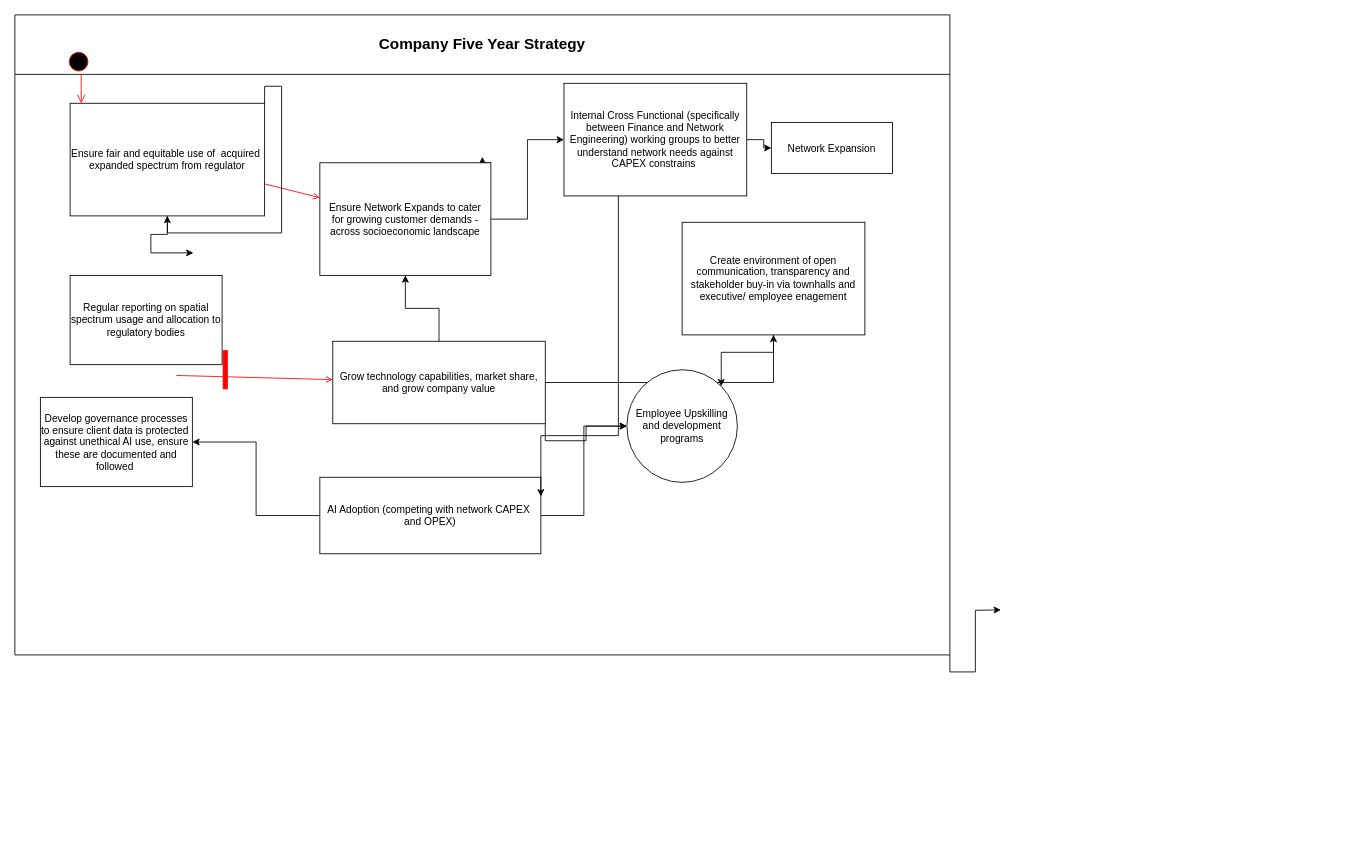
Earlier version of the draw.io diagram latest_ssm_conceptual_model.drawio (pamelafful/Prescriptive-Analytics). Source tidied: cells renumbered, new cells numbered last; positions are measured from the earlier drawing's top-left corner, leaving out a move shared by most shapes. Both pictures are drawn from the tidied source at 85%, with x=0, y=0 at pixel (14, 14).
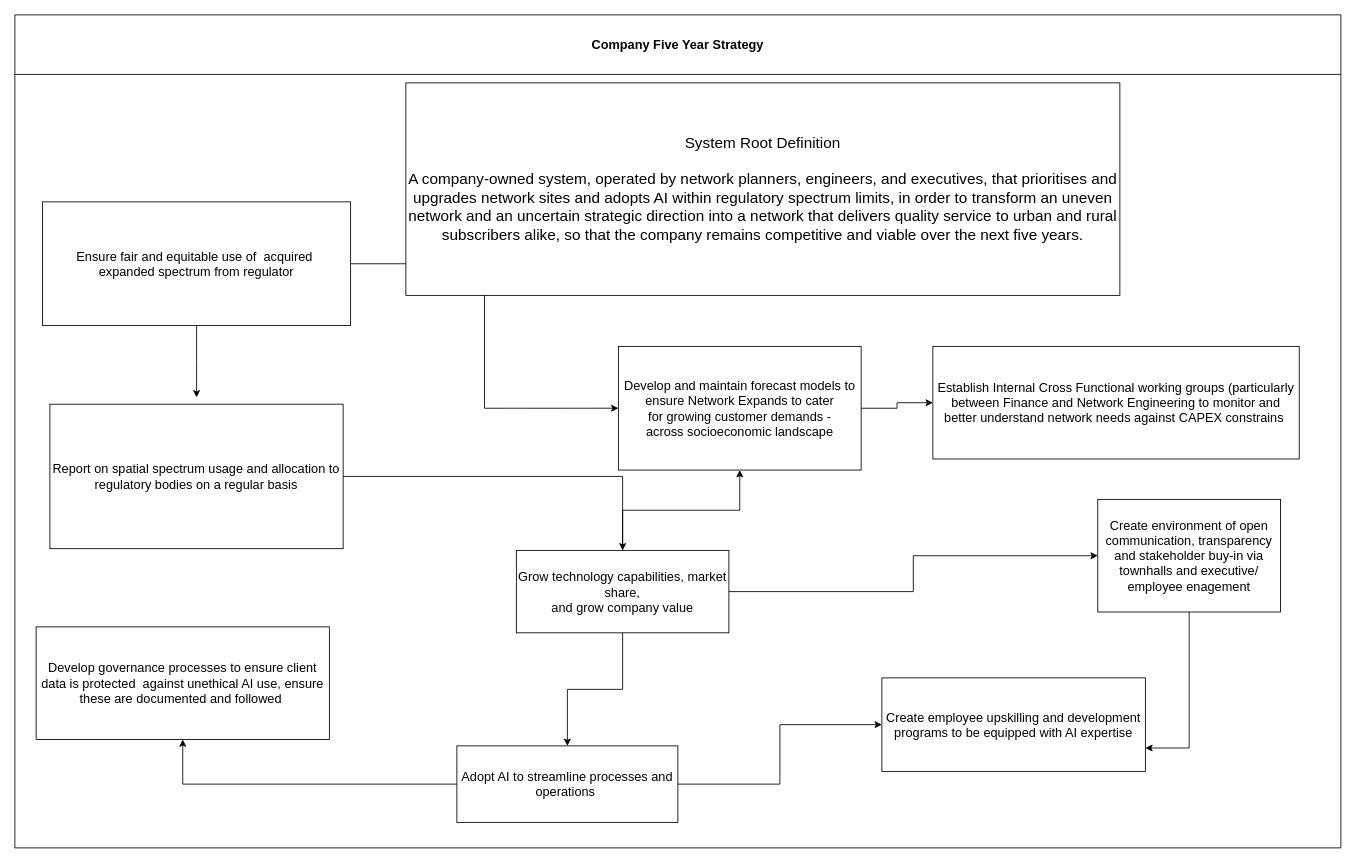
Above is the later version.

Commit message:
made it look prettier

What changed in the source:
```diff
@@
-    <mxCell id="2" style="edgeStyle=orthogonalEdgeStyle;rounded=0;jettySize=auto;html=1;exitX=1;exitY=1;exitDx=0;exitDy=0;defaultLabelBackgroundColor=page;" parent="1" edge="1" source="3">
-      <mxGeometry relative="1" as="geometry">
-        <mxPoint x="1160" y="700" as="targetPoint" />
-      </mxGeometry>
-    </mxCell>
-    <mxCell id="3" value="Company Five Year Strategy" style="swimlane;whiteSpace=wrap;startSize=70;fontSize=18;" parent="1" vertex="1">
-      <mxGeometry width="1100" height="753" as="geometry" />
+    <mxCell id="3" value="Company Five Year Strategy" style="swimlane;whiteSpace=wrap;startSize=70;fontSize=15;" parent="1" vertex="1">
+      <mxGeometry width="1560" height="980" as="geometry" />
     </mxCell>
-    <mxCell id="4" style="ellipse;shape=startState;fillColor=#000000;strokeColor=#ff0000;" parent="3" vertex="1">
-      <mxGeometry x="60" y="40" width="30" height="30" as="geometry" />
-    </mxCell>
-    <mxCell id="5" style="edgeStyle=elbowEdgeStyle;elbow=horizontal;verticalAlign=bottom;endArrow=open;endSize=8;strokeColor=#FF0000;endFill=1;rounded=0;" parent="3" edge="1" source="4" target="7">
-      <mxGeometry x="40" y="20" as="geometry" />
-    </mxCell>
-    <mxCell id="6" style="edgeStyle=orthogonalEdgeStyle;rounded=0;jettySize=auto;html=1;defaultLabelBackgroundColor=page;" parent="3" edge="1" source="7">
-      <mxGeometry relative="1" as="geometry">
-        <mxPoint x="210" y="280" as="targetPoint" />
-        <Array as="points">
-          <mxPoint x="179.4" y="258.3" />
-          <mxPoint x="160" y="258.3" />
-          <mxPoint x="160" y="280" />
-        </Array>
-      </mxGeometry>
-    </mxCell>
+    <mxCell id="11" style="edgeStyle=orthogonalEdgeStyle;rounded=0;jettySize=auto;html=1;entryX=0;entryY=0.5;entryDx=0;entryDy=0;defaultLabelBackgroundColor=page;" parent="3" edge="1" source="7" target="10">
+      <mxGeometry relative="1" as="geometry" />
+    </mxCell>
+    <mxCell id="31" style="edgeStyle=orthogonalEdgeStyle;rounded=0;jettySize=auto;html=1;defaultLabelBackgroundColor=page;" parent="3" edge="1" source="7">
+      <mxGeometry relative="1" as="geometry">
+        <mxPoint x="213.8" y="450" as="targetPoint" />
+      </mxGeometry>
+    </mxCell>
-    <mxCell id="7" value="Ensure fair and equitable use of  acquired &#10;expanded spectrum from regulator" parent="3" vertex="1">
-      <mxGeometry x="65" y="104" width="228.8" height="132.5" as="geometry" />
+    <mxCell id="7" value="Ensure fair and equitable use of  acquired &#10;expanded spectrum from regulator" style="fontSize=15;" parent="3" vertex="1">
+      <mxGeometry x="32.5" y="220" width="362.5" height="145.5" as="geometry" />
     </mxCell>
-    <mxCell id="8" style="edgeStyle=orthogonalEdgeStyle;rounded=0;jettySize=auto;html=1;exitX=1;exitY=0;exitDx=0;exitDy=0;defaultLabelBackgroundColor=page;" parent="3" edge="1" source="10">
-      <mxGeometry relative="1" as="geometry">
-        <mxPoint x="550" y="167" as="targetPoint" />
-      </mxGeometry>
-    </mxCell>
@@
-    <mxCell id="10" value="Ensure Network Expands to cater &#10;for growing customer demands -&#10;across socioeconomic landscape" parent="3" vertex="1">
-      <mxGeometry x="358.8" y="174" width="201.2" height="132.5" as="geometry" />
+    <mxCell id="10" value="Develop and maintain forecast models to ensure Network Expands to cater &#10;for growing customer demands -&#10;across socioeconomic landscape" style="fontSize=15;whiteSpace=wrap;" parent="3" vertex="1">
+      <mxGeometry x="710" y="390" width="285.6" height="145.5" as="geometry" />
     </mxCell>
-    <mxCell id="11" style="endArrow=open;strokeColor=#FF0000;endFill=1;rounded=0;" parent="3" edge="1" source="7" target="10">
-      <mxGeometry relative="1" as="geometry" />
-    </mxCell>
-    <mxCell id="12" style="edgeStyle=orthogonalEdgeStyle;rounded=0;jettySize=auto;html=1;exitX=1;exitY=1;exitDx=0;exitDy=0;defaultLabelBackgroundColor=page;" parent="3" edge="1" source="15" target="20">
-      <mxGeometry relative="1" as="geometry" />
-    </mxCell>
@@
+    <mxCell id="32" style="edgeStyle=orthogonalEdgeStyle;rounded=0;jettySize=auto;html=1;entryX=0.5;entryY=0;entryDx=0;entryDy=0;defaultLabelBackgroundColor=page;" parent="3" edge="1" source="15" target="19">
+      <mxGeometry relative="1" as="geometry" />
+    </mxCell>
-    <mxCell id="15" value="Grow technology capabilities, market share,&#10;and grow company value" parent="3" vertex="1">
-      <mxGeometry x="374" y="384" width="250" height="97" as="geometry" />
+    <mxCell id="15" value="Grow technology capabilities, market share,&#10;and grow company value" style="fontSize=15;whiteSpace=wrap;" parent="3" vertex="1">
+      <mxGeometry x="590" y="630" width="250" height="97" as="geometry" />
     </mxCell>
-    <mxCell id="16" style="whiteSpace=wrap;strokeColor=#FF0000;fillColor=#FF0000;" parent="3" vertex="1">
-      <mxGeometry x="245" y="395" width="5" height="45" as="geometry" />
-    </mxCell>
-    <mxCell id="17" style="edgeStyle=orthogonalEdgeStyle;rounded=0;jettySize=auto;html=1;defaultLabelBackgroundColor=page;" parent="3" edge="1" source="19" target="20">
-      <mxGeometry relative="1" as="geometry" />
+    <mxCell id="17" style="edgeStyle=orthogonalEdgeStyle;rounded=0;jettySize=auto;html=1;defaultLabelBackgroundColor=page;entryX=0;entryY=0.5;entryDx=0;entryDy=0;" parent="3" edge="1" source="19" target="36">
+      <mxGeometry x="-0.36" relative="1" as="geometry" />
     </mxCell>
@@
-    <mxCell id="19" value="AI Adoption (competing with network CAPEX &#10;and OPEX)" parent="3" vertex="1">
-      <mxGeometry x="358.8" y="544" width="260" height="90" as="geometry" />
+    <mxCell id="19" value="Adopt AI to streamline processes and operations " style="fontSize=15;whiteSpace=wrap;" parent="3" vertex="1">
+      <mxGeometry x="520" y="860" width="260" height="90" as="geometry" />
     </mxCell>
-    <mxCell id="20" value="Employee Upskilling and development programs" style="ellipse;whiteSpace=wrap;html=1;shapeInside=1;" parent="3" vertex="1">
-      <mxGeometry x="720" y="417.5" width="130" height="132.5" as="geometry" />
-    </mxCell>
-    <mxCell id="21" style="edgeStyle=orthogonalEdgeStyle;rounded=0;jettySize=auto;html=1;entryX=1;entryY=0.25;entryDx=0;entryDy=0;defaultLabelBackgroundColor=page;" parent="3" edge="1" source="23" target="19">
-      <mxGeometry relative="1" as="geometry">
-        <Array as="points">
-          <mxPoint x="710" y="495" />
-        </Array>
-      </mxGeometry>
-    </mxCell>
-    <mxCell id="22" style="edgeStyle=orthogonalEdgeStyle;rounded=0;jettySize=auto;html=1;defaultLabelBackgroundColor=page;" parent="3" edge="1" source="23" target="27">
-      <mxGeometry relative="1" as="geometry" />
-    </mxCell>
-    <mxCell id="23" value="Internal Cross Functional (specifically between Finance and Network Engineering) working groups to better understand network needs against CAPEX constrains&amp;nbsp;" style="whiteSpace=wrap;html=1;" parent="3" vertex="1">
-      <mxGeometry x="646" y="80.5" width="215" height="132.5" as="geometry" />
+    <mxCell id="23" value="&lt;font style=&quot;font-size: 15px;&quot;&gt;Establish Internal Cross Functional working groups (particularly between Finance and Network Engineering&amp;nbsp;to monitor and better understand network needs against CAPEX constrains&amp;nbsp;&lt;/font&gt;" style="whiteSpace=wrap;html=1;" parent="3" vertex="1">
+      <mxGeometry x="1080" y="390" width="431" height="132.5" as="geometry" />
     </mxCell>
-    <mxCell id="24" value="Develop governance processes to ensure client data is protected&amp;nbsp; against unethical AI use, ensure these are documented and followed&amp;nbsp;" style="whiteSpace=wrap;html=1;" parent="3" vertex="1">
-      <mxGeometry x="30" y="450" width="178.8" height="105" as="geometry" />
+    <mxCell id="24" value="&lt;font style=&quot;font-size: 15px;&quot;&gt;Develop governance processes to ensure client data is protected&amp;nbsp; against unethical AI use, ensure these are documented and followed&amp;nbsp;&lt;/font&gt;" style="whiteSpace=wrap;html=1;" parent="3" vertex="1">
+      <mxGeometry x="25" y="720" width="345" height="132.5" as="geometry" />
     </mxCell>
-    <mxCell id="25" style="edgeStyle=orthogonalEdgeStyle;rounded=0;jettySize=auto;html=1;exitX=0.5;exitY=1;exitDx=0;exitDy=0;entryX=1;entryY=0;entryDx=0;entryDy=0;defaultLabelBackgroundColor=page;" parent="3" edge="1" source="26" target="20">
-      <mxGeometry relative="1" as="geometry" />
-    </mxCell>
+    <mxCell id="33" style="edgeStyle=orthogonalEdgeStyle;rounded=0;jettySize=auto;html=1;entryX=1;entryY=0.75;entryDx=0;entryDy=0;defaultLabelBackgroundColor=page;" parent="3" edge="1" source="26" target="36">
+      <mxGeometry relative="1" as="geometry" />
+    </mxCell>
-    <mxCell id="26" value="Create environment of open communication, transparency and stakeholder buy-in via townhalls and executive/ employee enagement" style="whiteSpace=wrap;html=1;" parent="3" vertex="1">
-      <mxGeometry x="785" y="244" width="215" height="132.5" as="geometry" />
+    <mxCell id="26" value="&lt;font style=&quot;font-size: 15px;&quot;&gt;Create environment of open communication, transparency and stakeholder buy-in via townhalls and executive/ employee enagement&lt;/font&gt;" style="whiteSpace=wrap;html=1;" parent="3" vertex="1">
+      <mxGeometry x="1274" y="570" width="215" height="132.5" as="geometry" />
     </mxCell>
-    <mxCell id="27" value="Network Expansion" parent="3" vertex="1">
-      <mxGeometry x="890" y="126.5" width="142.5" height="60" as="geometry" />
-    </mxCell>
+    <mxCell id="34" style="edgeStyle=orthogonalEdgeStyle;rounded=0;jettySize=auto;html=1;exitX=1;exitY=0.5;exitDx=0;exitDy=0;defaultLabelBackgroundColor=page;" parent="3" edge="1" source="28" target="15">
+      <mxGeometry relative="1" as="geometry" />
+    </mxCell>
-    <mxCell id="28" value="Regular reporting on spatial spectrum usage and allocation to regulatory bodies" style="whiteSpace=wrap;html=1;" parent="3" vertex="1">
-      <mxGeometry x="65" y="306.5" width="178.8" height="105" as="geometry" />
+    <mxCell id="28" value="&lt;font style=&quot;font-size: 15px;&quot;&gt;Report on spatial spectrum usage and allocation to regulatory bodies on a regular basis&lt;/font&gt;" style="whiteSpace=wrap;html=1;" parent="3" vertex="1">
+      <mxGeometry x="41.2" y="458" width="345" height="170" as="geometry" />
     </mxCell>
-    <mxCell id="29" style="edgeStyle=orthogonalEdgeStyle;rounded=0;orthogonalLoop=1;jettySize=auto;html=1;innerLoopWaypoints=1;exitX=1;exitY=0;exitDx=0;exitDy=0;defaultLabelBackgroundColor=page;" parent="3" edge="1" source="7" target="7">
-      <mxGeometry relative="1" as="geometry" />
-    </mxCell>
-    <mxCell id="30" style="endArrow=open;strokeColor=#FF0000;endFill=1;rounded=0;" parent="1" edge="1" target="15">
-      <mxGeometry relative="1" as="geometry">
-        <mxPoint x="190" y="424.2" as="sourcePoint" />
-      </mxGeometry>
-    </mxCell>
+    <mxCell id="35" value="System Root Definition&#10;&#10;A company-owned system, operated by network planners, engineers, and executives, that prioritises and upgrades network sites and adopts AI within regulatory spectrum limits, in order to transform an uneven network and an uncertain strategic direction into a network that delivers quality service to urban and rural subscribers alike, so that the company remains competitive and viable over the next five years." style="fontSize=18;fontStyle=0;whiteSpace=wrap;" parent="3" vertex="1">
+      <mxGeometry x="460" y="80" width="840" height="250" as="geometry" />
+    </mxCell>
+    <mxCell id="36" value="Create employee upskilling and development programs to be equipped with AI expertise" style="whiteSpace=wrap;html=1;fontSize=15;" parent="3" vertex="1">
+      <mxGeometry x="1020" y="780" width="310" height="110" as="geometry" />
+    </mxCell>
```
